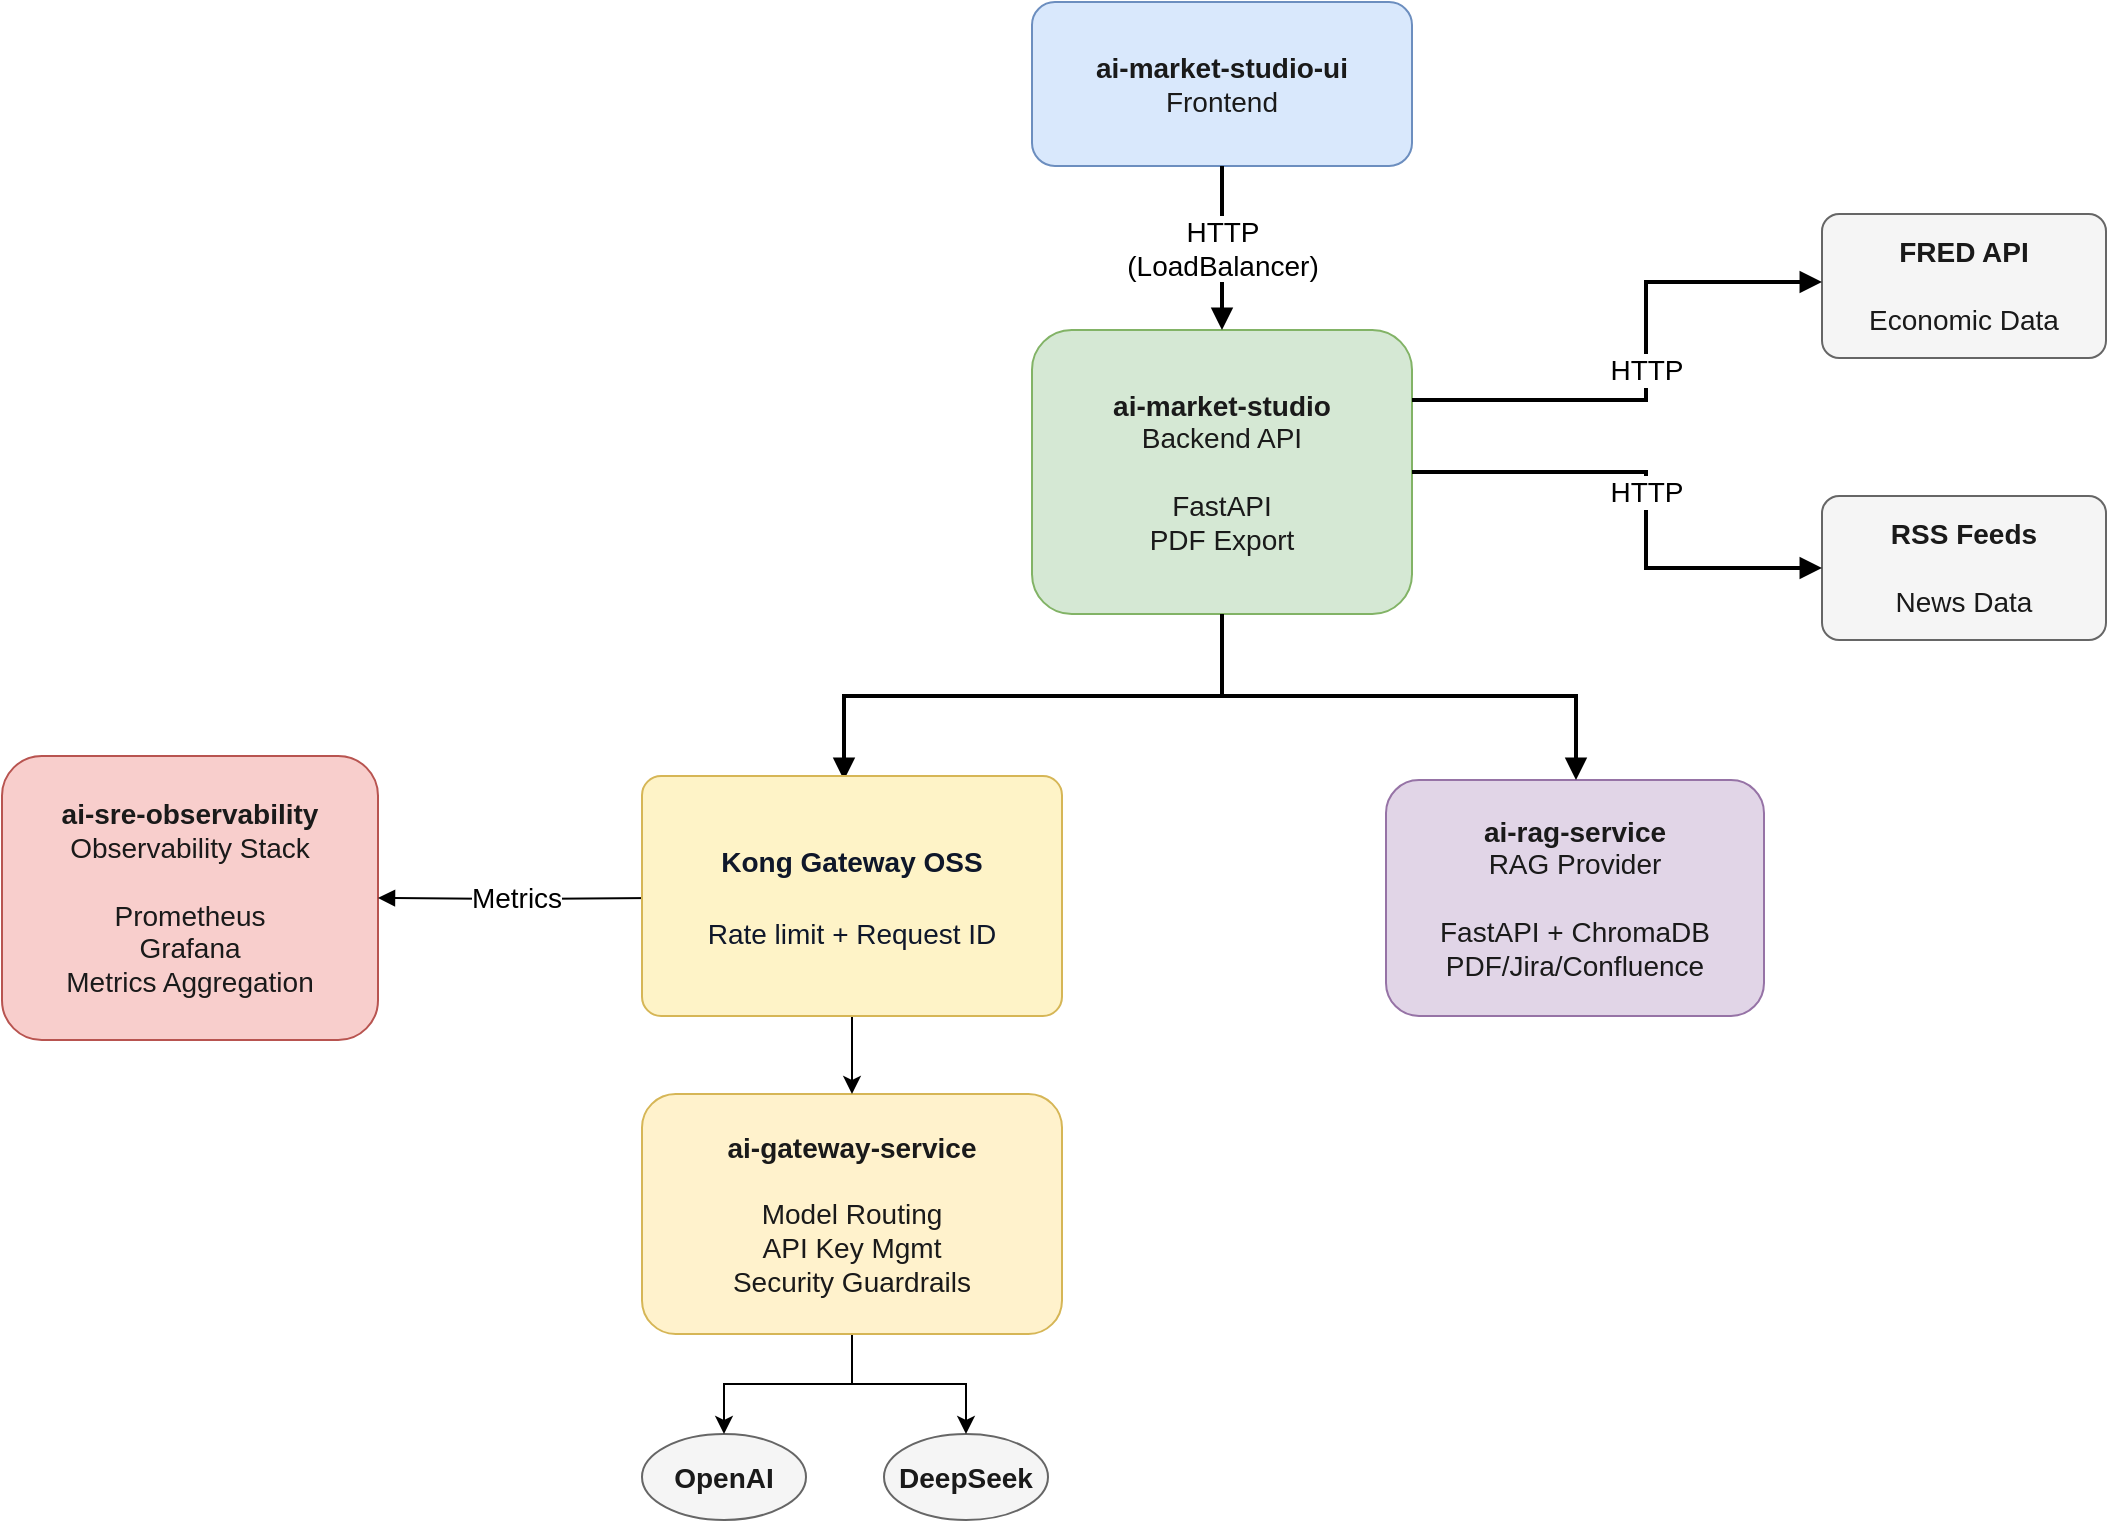
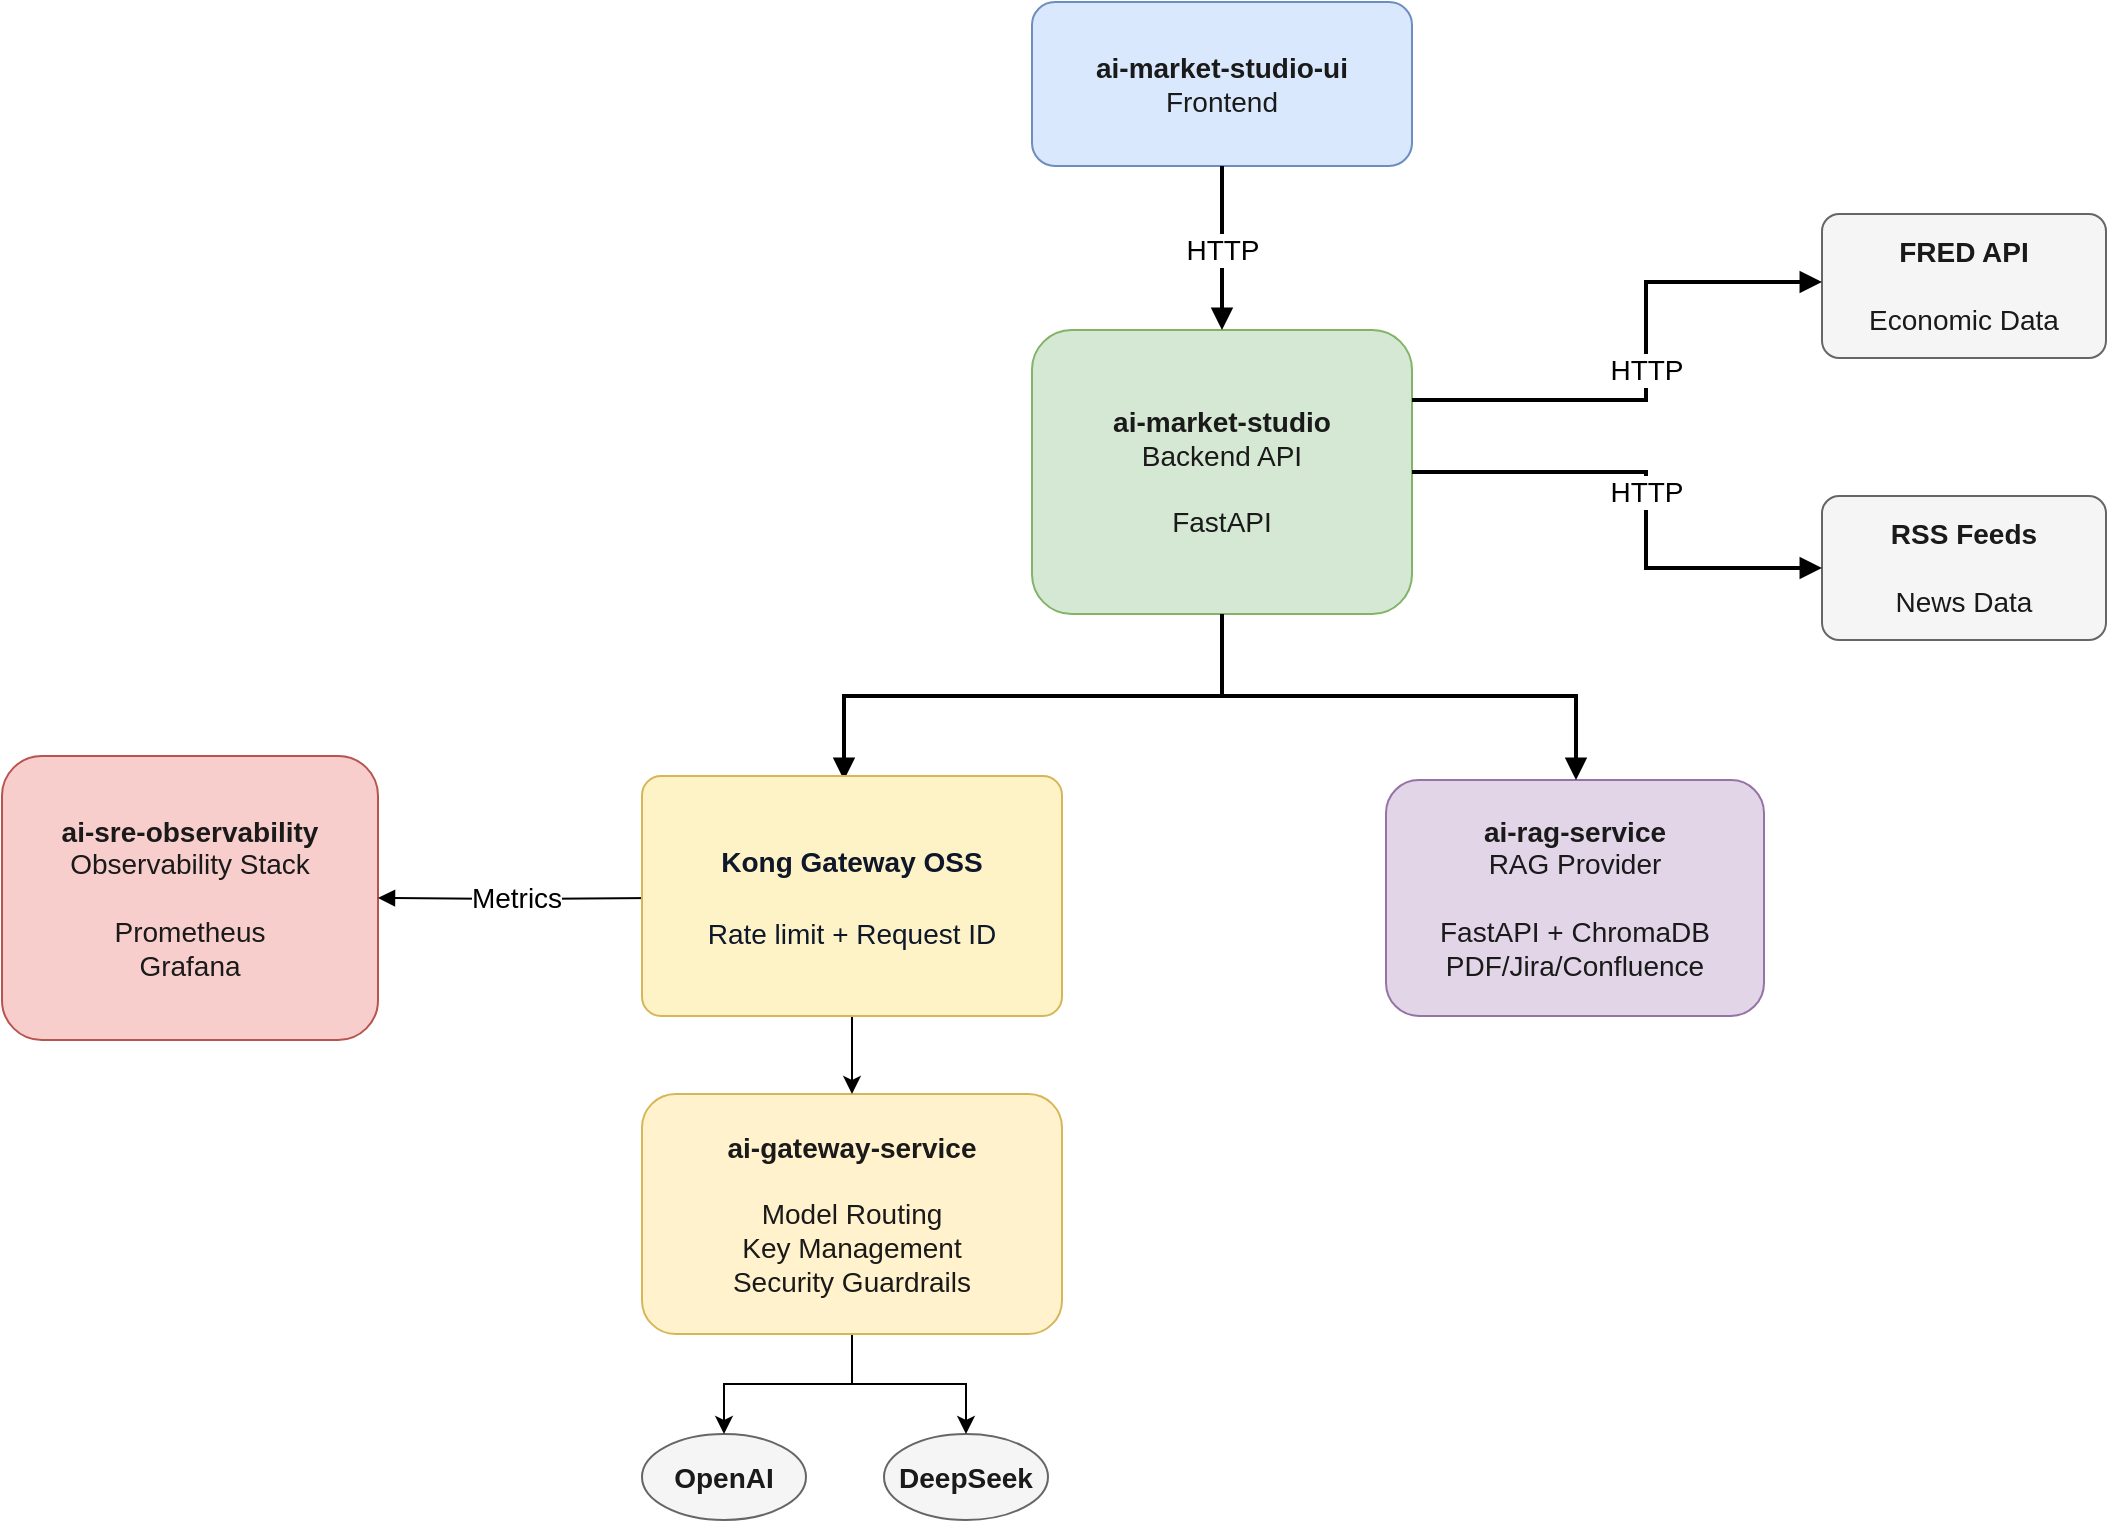
<mxfile host="Electron" agent="Mozilla/5.0 (Windows NT 10.0; Win64; x64) AppleWebKit/537.36 (KHTML, like Gecko) draw.io/29.6.6 Chrome/144.0.7559.236 Electron/40.8.4 Safari/537.36" version="29.6.6">
  <diagram id="IU4iCQJxzePutwgObgY5" name="第 1 页">
-     <mxGraphModel dx="1554" dy="922" grid="1" gridSize="10" guides="1" tooltips="1" connect="1" arrows="1" fold="1" page="1" pageScale="1" pageWidth="1125" pageHeight="635" math="0" shadow="0">
+     <mxGraphModel dx="1303" dy="793" grid="1" gridSize="10" guides="1" tooltips="1" connect="1" arrows="1" fold="1" page="1" pageScale="1" pageWidth="1125" pageHeight="635" math="0" shadow="0">
      <root>
        <mxCell id="0" />
        <mxCell id="1" parent="0" />
        <mxCell id="ui" parent="1" style="rounded=1;whiteSpace=wrap;html=1;fillColor=#d9e8fc;strokeColor=#6c8ebf;fontColor=#1a1a1a;arcSize=14;spacing=6;fontSize=14;" value="&lt;b&gt;ai-market-studio-ui&lt;/b&gt;&lt;br&gt;Frontend" vertex="1">
          <mxGeometry height="82" width="190" x="555" y="4" as="geometry" />
        </mxCell>
-         <mxCell id="backend" parent="1" style="rounded=1;whiteSpace=wrap;html=1;fillColor=#d5e8d4;strokeColor=#82b366;fontColor=#1a1a1a;arcSize=14;spacing=8;fontSize=14;" value="&lt;b&gt;ai-market-studio&lt;/b&gt;&lt;br&gt;Backend API&lt;br&gt;&lt;br&gt;FastAPI&lt;br&gt;PDF Export" vertex="1">
+         <mxCell id="backend" parent="1" style="rounded=1;whiteSpace=wrap;html=1;fillColor=#d5e8d4;strokeColor=#82b366;fontColor=#1a1a1a;arcSize=14;spacing=8;fontSize=14;" value="&lt;b&gt;ai-market-studio&lt;/b&gt;&lt;br&gt;Backend API&lt;br&gt;&lt;br&gt;FastAPI" vertex="1">
          <mxGeometry height="142" width="190" x="555" y="168" as="geometry" />
        </mxCell>
        <mxCell id="fred" parent="1" style="rounded=1;whiteSpace=wrap;html=1;fillColor=#f5f5f5;strokeColor=#666666;fontColor=#1a1a1a;arcSize=12;spacing=8;fontSize=14;" value="&lt;b&gt;FRED API&lt;/b&gt;&lt;br&gt;&lt;br&gt;Economic Data" vertex="1">
          <mxGeometry height="72" width="142" x="950" y="110" as="geometry" />
        </mxCell>
        <mxCell id="rss" parent="1" style="rounded=1;whiteSpace=wrap;html=1;fillColor=#f5f5f5;strokeColor=#666666;fontColor=#1a1a1a;arcSize=12;spacing=8;fontSize=14;" value="&lt;b&gt;RSS Feeds&lt;/b&gt;&lt;br&gt;&lt;br&gt;News Data" vertex="1">
          <mxGeometry height="72" width="142" x="950" y="251" as="geometry" />
        </mxCell>
        <mxCell id="rag" parent="1" style="rounded=1;whiteSpace=wrap;html=1;fillColor=#e1d5e7;strokeColor=#9673a6;fontColor=#1a1a1a;arcSize=14;spacing=8;fontSize=14;" value="&lt;b&gt;ai-rag-service&lt;/b&gt;&lt;br&gt;RAG Provider&lt;br&gt;&lt;br&gt;FastAPI + ChromaDB&lt;br&gt;PDF/Jira/Confluence" vertex="1">
          <mxGeometry height="118" width="189" x="732" y="393" as="geometry" />
        </mxCell>
-         <mxCell id="observability" parent="1" style="rounded=1;whiteSpace=wrap;html=1;fillColor=#f8cecc;strokeColor=#b85450;fontColor=#1a1a1a;arcSize=14;spacing=8;fontSize=14;" value="&lt;b&gt;ai-sre-observability&lt;/b&gt;&lt;br&gt;Observability Stack&lt;br&gt;&lt;br&gt;Prometheus&lt;br&gt;Grafana&lt;br&gt;Metrics Aggregation" vertex="1">
+         <mxCell id="observability" parent="1" style="rounded=1;whiteSpace=wrap;html=1;fillColor=#f8cecc;strokeColor=#b85450;fontColor=#1a1a1a;arcSize=14;spacing=8;fontSize=14;" value="&lt;b&gt;ai-sre-observability&lt;/b&gt;&lt;br&gt;Observability Stack&lt;br&gt;&lt;br&gt;Prometheus&lt;br&gt;Grafana" vertex="1">
          <mxGeometry height="142" width="188" x="40" y="381" as="geometry" />
        </mxCell>
        <mxCell id="openai" parent="1" style="ellipse;whiteSpace=wrap;html=1;fillColor=#f5f5f5;strokeColor=#666666;fontColor=#1a1a1a;fontSize=14;" value="&lt;b&gt;OpenAI&lt;/b&gt;" vertex="1">
          <mxGeometry height="43" width="82" x="360" y="720" as="geometry" />
        </mxCell>
        <mxCell id="deepseek" parent="1" style="ellipse;whiteSpace=wrap;html=1;fillColor=#f5f5f5;strokeColor=#666666;fontColor=#1a1a1a;fontSize=14;" value="&lt;b&gt;DeepSeek&lt;/b&gt;" vertex="1">
          <mxGeometry height="43" width="82" x="481" y="720" as="geometry" />
        </mxCell>
-         <mxCell id="edge-ui-backend" edge="1" parent="1" source="ui" style="edgeStyle=orthogonalEdgeStyle;rounded=0;orthogonalLoop=1;jettySize=auto;html=1;endArrow=block;endFill=1;strokeColor=#000000;strokeWidth=2;fontSize=14;labelBackgroundColor=#ffffff;" target="backend" value="HTTP&lt;br&gt;(LoadBalancer)">
-           <mxGeometry relative="1" as="geometry" />
+         <mxCell id="edge-ui-backend" edge="1" parent="1" source="ui" style="edgeStyle=orthogonalEdgeStyle;rounded=0;orthogonalLoop=1;jettySize=auto;html=1;endArrow=block;endFill=1;strokeColor=#000000;strokeWidth=2;fontSize=14;labelBackgroundColor=#ffffff;" target="backend" value="HTTP">
+           <mxGeometry relative="1" x="0.0061" as="geometry">
+             <mxPoint as="offset" />
+           </mxGeometry>
        </mxCell>
        <mxCell id="edge-backend-fred" edge="1" parent="1" source="backend" style="edgeStyle=orthogonalEdgeStyle;rounded=0;orthogonalLoop=1;jettySize=auto;html=1;endArrow=block;endFill=1;strokeColor=#000000;strokeWidth=2;fontSize=14;labelBackgroundColor=#ffffff;" target="fred" value="HTTP">
          <mxGeometry relative="1" as="geometry">
            <Array as="points">
              <mxPoint x="862" y="203" />
              <mxPoint x="862" y="144" />
            </Array>
          </mxGeometry>
        </mxCell>
        <mxCell id="edge-backend-rss" edge="1" parent="1" source="backend" style="edgeStyle=orthogonalEdgeStyle;rounded=0;orthogonalLoop=1;jettySize=auto;html=1;endArrow=block;endFill=1;strokeColor=#000000;strokeWidth=2;fontSize=14;labelBackgroundColor=#ffffff;" target="rss" value="HTTP">
          <mxGeometry relative="1" as="geometry">
            <Array as="points">
              <mxPoint x="862" y="239" />
              <mxPoint x="862" y="287" />
            </Array>
          </mxGeometry>
        </mxCell>
        <mxCell id="edge-backend-gateway" edge="1" parent="1" source="backend" style="edgeStyle=orthogonalEdgeStyle;rounded=0;orthogonalLoop=1;jettySize=auto;html=1;endArrow=block;endFill=1;strokeColor=#000000;strokeWidth=2;" value="">
          <mxGeometry relative="1" as="geometry">
            <Array as="points">
              <mxPoint x="650" y="351" />
              <mxPoint x="461" y="351" />
            </Array>
            <mxPoint x="461" y="393" as="targetPoint" />
          </mxGeometry>
        </mxCell>
        <mxCell id="edge-backend-rag" edge="1" parent="1" source="backend" style="edgeStyle=orthogonalEdgeStyle;rounded=0;orthogonalLoop=1;jettySize=auto;html=1;endArrow=block;endFill=1;strokeColor=#000000;strokeWidth=2;" target="rag" value="">
          <mxGeometry relative="1" as="geometry">
            <Array as="points">
              <mxPoint x="650" y="351" />
              <mxPoint x="827" y="351" />
            </Array>
          </mxGeometry>
        </mxCell>
        <mxCell id="edge-gateway-observability" edge="1" parent="1" style="edgeStyle=orthogonalEdgeStyle;rounded=0;orthogonalLoop=1;jettySize=auto;html=1;endArrow=block;endFill=1;strokeColor=#000000;strokeWidth=1;fontSize=14;labelBackgroundColor=#ffffff;" target="observability" value="Metrics">
          <mxGeometry relative="1" as="geometry">
            <mxPoint x="366" y="452" as="sourcePoint" />
          </mxGeometry>
        </mxCell>
        <mxCell id="ESkWSSyW7yAq6f9zJrb0-5" edge="1" parent="1" source="ESkWSSyW7yAq6f9zJrb0-1" style="edgeStyle=orthogonalEdgeStyle;rounded=0;orthogonalLoop=1;jettySize=auto;html=1;entryX=0.5;entryY=0;entryDx=0;entryDy=0;" target="openai">
          <mxGeometry relative="1" as="geometry" />
        </mxCell>
        <mxCell id="ESkWSSyW7yAq6f9zJrb0-6" edge="1" parent="1" source="ESkWSSyW7yAq6f9zJrb0-1" style="edgeStyle=orthogonalEdgeStyle;rounded=0;orthogonalLoop=1;jettySize=auto;html=1;" target="deepseek">
          <mxGeometry relative="1" as="geometry" />
        </mxCell>
-         <mxCell id="ESkWSSyW7yAq6f9zJrb0-1" parent="1" style="rounded=1;whiteSpace=wrap;html=1;fillColor=#fff2cc;strokeColor=#D6B656;fontColor=#1a1a1a;arcSize=14;spacing=8;fontSize=14;" value="&lt;b&gt;ai-gateway-service&lt;/b&gt;&lt;br&gt;&lt;br&gt;Model Routing&lt;br&gt;API Key Mgmt&lt;div&gt;Security Guardrails&lt;/div&gt;" vertex="1">
+         <mxCell id="ESkWSSyW7yAq6f9zJrb0-1" parent="1" style="rounded=1;whiteSpace=wrap;html=1;fillColor=#fff2cc;strokeColor=#D6B656;fontColor=#1a1a1a;arcSize=14;spacing=8;fontSize=14;" value="&lt;b&gt;ai-gateway-service&lt;/b&gt;&lt;br&gt;&lt;br&gt;Model Routing&lt;br&gt;Key Management&lt;div&gt;Security Guardrails&lt;/div&gt;" vertex="1">
          <mxGeometry height="120" width="210" x="360" y="550" as="geometry" />
        </mxCell>
        <mxCell id="ESkWSSyW7yAq6f9zJrb0-4" edge="1" parent="1" source="ESkWSSyW7yAq6f9zJrb0-2" style="edgeStyle=orthogonalEdgeStyle;rounded=0;orthogonalLoop=1;jettySize=auto;html=1;" target="ESkWSSyW7yAq6f9zJrb0-1">
          <mxGeometry relative="1" as="geometry" />
        </mxCell>
        <mxCell id="ESkWSSyW7yAq6f9zJrb0-2" parent="1" style="rounded=1;whiteSpace=wrap;html=1;arcSize=8;fillColor=#fef3c7;strokeColor=#D6B656;fontColor=#0f172a;fontSize=15;spacing=10;" value="&lt;b&gt;&lt;font style=&quot;font-size: 14px;&quot;&gt;Kong Gateway OSS&lt;/font&gt;&lt;/b&gt;&lt;font style=&quot;&quot;&gt;&lt;br&gt;&lt;font style=&quot;font-size: 14px;&quot;&gt;&lt;br&gt;&lt;/font&gt;&lt;/font&gt;&lt;div&gt;&lt;font style=&quot;&quot;&gt;&lt;font style=&quot;font-size: 14px;&quot;&gt;Rate limit + Request ID&lt;/font&gt;&lt;/font&gt;&lt;/div&gt;" vertex="1">
          <mxGeometry height="120" width="210" x="360" y="391" as="geometry" />
        </mxCell>
      </root>
    </mxGraphModel>
  </diagram>
</mxfile>
